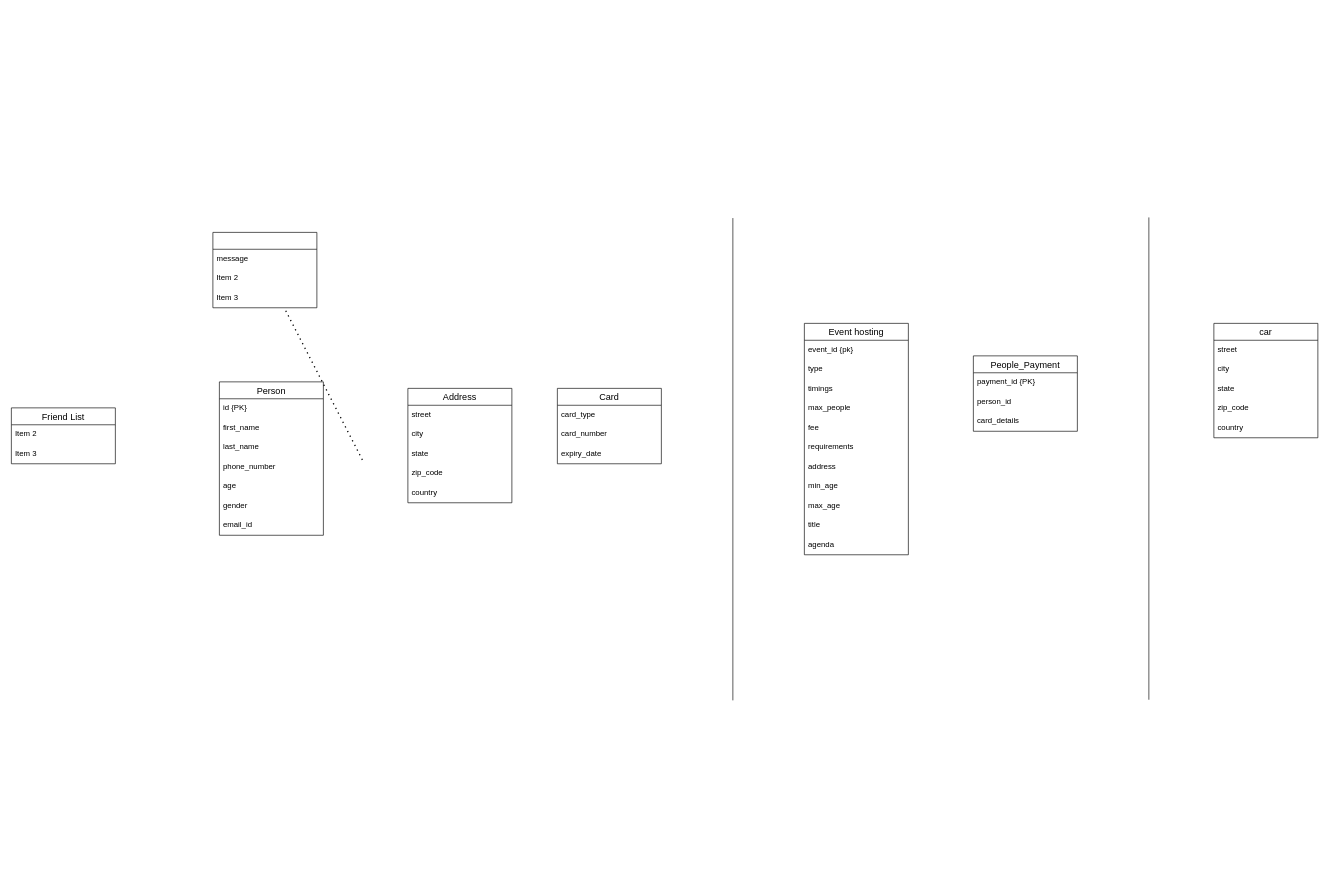
The draw.io diagram dbms_project.drawio in varunraokadaparthi/dbms_project, before the edit. Source tidied: cells renumbered, new cells numbered last; positions are measured from the earlier drawing's top-left corner, leaving out a move shared by most shapes. Both pictures are drawn from the tidied source at 65%, with x=0, y=0 at pixel (11, 217).
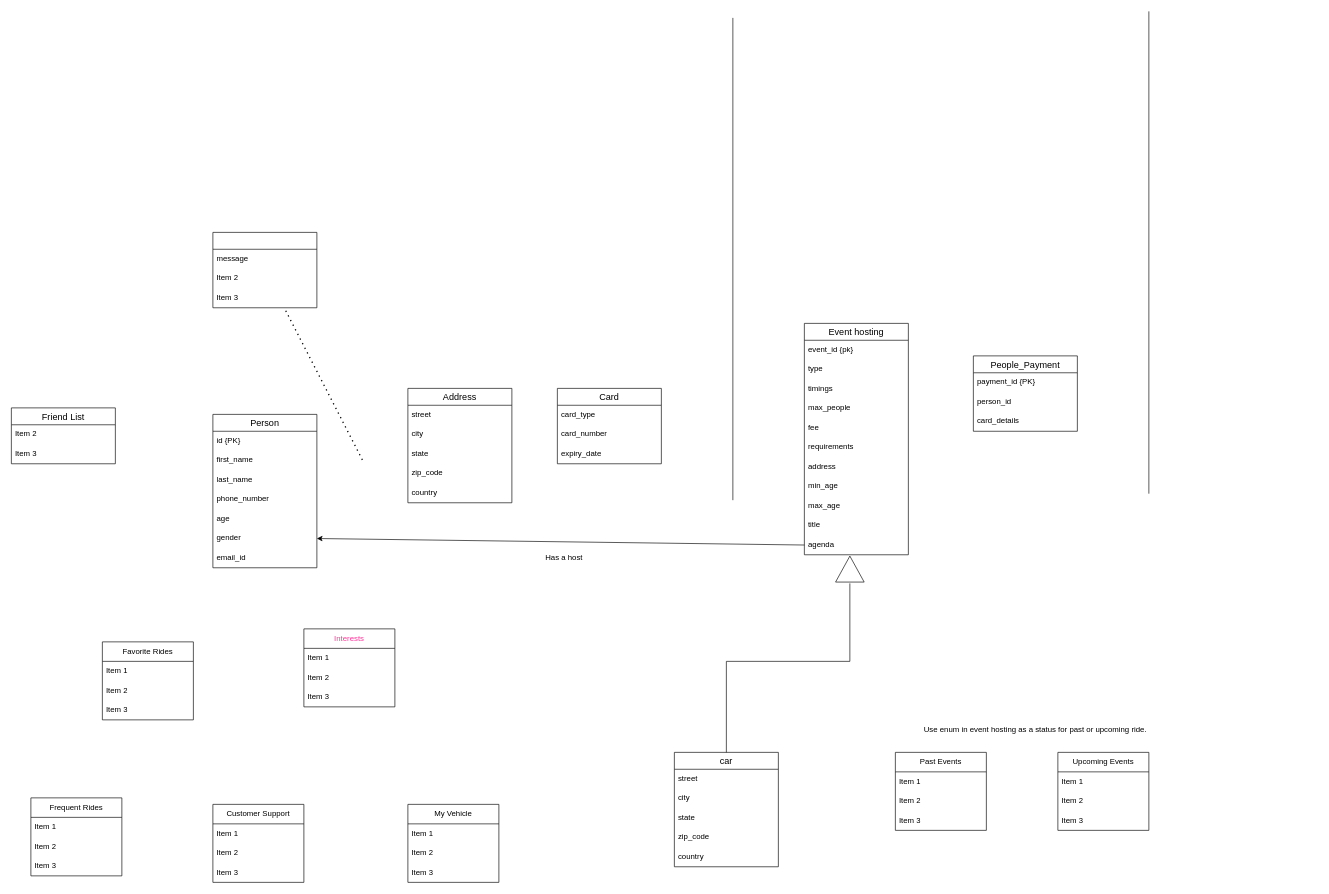
After the change.

Commit message:
Added few possible tables.

Unchanged cells that the change refers to:
```xml
<mxCell id="8" value="gender" style="text;strokeColor=none;fillColor=none;spacingLeft=4;spacingRight=4;overflow=hidden;points=[[0,0.5],[1,0.5]];portConstraint=eastwest;fontSize=12;" parent="2" vertex="1">
  <mxGeometry y="176" width="160" height="30" as="geometry" />
</mxCell>
<mxCell id="31" value="agenda" style="text;strokeColor=none;fillColor=none;spacingLeft=4;spacingRight=4;overflow=hidden;points=[[0,0.5],[1,0.5]];portConstraint=eastwest;fontSize=12;" parent="20" vertex="1">
  <mxGeometry y="326" width="160" height="30" as="geometry" />
</mxCell>
```

Diff of the diagram source:
```diff
@@
     <mxCell id="2" value="Person" style="swimlane;fontStyle=0;horizontal=1;startSize=26;align=center;fontSize=14;" parent="1" vertex="1">
-      <mxGeometry x="320" y="253" width="160" height="236" as="geometry" />
+      <mxGeometry x="310" y="303" width="160" height="236" as="geometry" />
     </mxCell>
@@
     <mxCell id="40" style="endArrow=none;html=1;rounded=0;" parent="1" edge="1">
       <mxGeometry relative="1" as="geometry">
-        <mxPoint x="1110" y="743" as="sourcePoint" />
-        <mxPoint x="1110" y="1" as="targetPoint" />
+        <mxPoint x="1110" y="435" as="sourcePoint" />
+        <mxPoint x="1110" y="-307" as="targetPoint" />
       </mxGeometry>
     </mxCell>
@@
     <mxCell id="45" style="endArrow=none;html=1;rounded=0;" parent="1" edge="1">
       <mxGeometry relative="1" as="geometry">
-        <mxPoint x="1750" y="742" as="sourcePoint" />
-        <mxPoint x="1750" as="targetPoint" />
+        <mxPoint x="1750" y="425" as="sourcePoint" />
+        <mxPoint x="1750" y="-317" as="targetPoint" />
       </mxGeometry>
     </mxCell>
     <mxCell id="46" value="car" style="swimlane;fontStyle=0;horizontal=1;startSize=26;align=center;fontSize=14;" parent="1" vertex="1">
-      <mxGeometry x="1850" y="163" width="160" height="176" as="geometry" />
+      <mxGeometry x="1020" y="823" width="160" height="176" as="geometry" />
     </mxCell>
@@
+    <mxCell id="52" style="endArrow=classic;html=1;rounded=0;exitX=0;exitY=0.5;exitDx=0;exitDy=0;entryX=1;entryY=0.5;entryDx=0;entryDy=0;" parent="1" edge="1" source="31" target="8">
+      <mxGeometry relative="1" as="geometry" />
+    </mxCell>
+    <mxCell id="53" value="Has a host" style="text;html=1;align=center;verticalAlign=middle;strokeColor=none;fillColor=none;" parent="1" vertex="1">
+      <mxGeometry x="810" y="509" width="80" height="30" as="geometry" />
+    </mxCell>
+    <mxCell id="54" style="triangle;whiteSpace=wrap;html=1;rotation=-90;" parent="1" vertex="1">
+      <mxGeometry x="1270" y="519" width="40" height="44" as="geometry" />
+    </mxCell>
+    <mxCell id="55" style="endArrow=none;html=1;rounded=0;exitX=0.5;exitY=0;exitDx=0;exitDy=0;" parent="1" edge="1" source="46">
+      <mxGeometry relative="1" as="geometry">
+        <mxPoint x="1290" y="563" as="targetPoint" />
+        <Array as="points">
+          <mxPoint x="1100" y="683" />
+          <mxPoint x="1290" y="683" />
+        </Array>
+      </mxGeometry>
+    </mxCell>
+    <mxCell id="56" value="Frequent Rides" style="swimlane;fontStyle=0;horizontal=1;startSize=30;whiteSpace=wrap;html=1;" parent="1" vertex="1">
+      <mxGeometry x="30" y="893" width="140" height="120" as="geometry" />
+    </mxCell>
+    <mxCell id="57" value="Item 1" style="text;strokeColor=none;fillColor=none;align=left;verticalAlign=middle;spacingLeft=4;spacingRight=4;overflow=hidden;whiteSpace=wrap;html=1;" parent="56" vertex="1">
+      <mxGeometry y="30" width="140" height="30" as="geometry" />
+    </mxCell>
+    <mxCell id="58" value="Item 2" style="text;strokeColor=none;fillColor=none;align=left;verticalAlign=middle;spacingLeft=4;spacingRight=4;overflow=hidden;whiteSpace=wrap;html=1;" parent="56" vertex="1">
+      <mxGeometry y="60" width="140" height="30" as="geometry" />
+    </mxCell>
+    <mxCell id="59" value="Item 3" style="text;strokeColor=none;fillColor=none;align=left;verticalAlign=middle;spacingLeft=4;spacingRight=4;overflow=hidden;whiteSpace=wrap;html=1;" parent="56" vertex="1">
+      <mxGeometry y="90" width="140" height="30" as="geometry" />
+    </mxCell>
+    <mxCell id="60" value="Customer Support" style="swimlane;fontStyle=0;horizontal=1;startSize=30;whiteSpace=wrap;html=1;" parent="1" vertex="1">
+      <mxGeometry x="310" y="903" width="140" height="120" as="geometry" />
+    </mxCell>
+    <mxCell id="61" value="Item 1" style="text;strokeColor=none;fillColor=none;align=left;verticalAlign=middle;spacingLeft=4;spacingRight=4;overflow=hidden;whiteSpace=wrap;html=1;" parent="60" vertex="1">
+      <mxGeometry y="30" width="140" height="30" as="geometry" />
+    </mxCell>
+    <mxCell id="62" value="Item 2" style="text;strokeColor=none;fillColor=none;align=left;verticalAlign=middle;spacingLeft=4;spacingRight=4;overflow=hidden;whiteSpace=wrap;html=1;" parent="60" vertex="1">
+      <mxGeometry y="60" width="140" height="30" as="geometry" />
+    </mxCell>
+    <mxCell id="63" value="Item 3" style="text;strokeColor=none;fillColor=none;align=left;verticalAlign=middle;spacingLeft=4;spacingRight=4;overflow=hidden;whiteSpace=wrap;html=1;" parent="60" vertex="1">
+      <mxGeometry y="90" width="140" height="30" as="geometry" />
+    </mxCell>
+    <mxCell id="64" value="Past Events" style="swimlane;fontStyle=0;horizontal=1;startSize=30;whiteSpace=wrap;html=1;" parent="1" vertex="1">
+      <mxGeometry x="1360" y="823" width="140" height="120" as="geometry" />
+    </mxCell>
+    <mxCell id="65" value="Item 1" style="text;strokeColor=none;fillColor=none;align=left;verticalAlign=middle;spacingLeft=4;spacingRight=4;overflow=hidden;whiteSpace=wrap;html=1;" parent="64" vertex="1">
+      <mxGeometry y="30" width="140" height="30" as="geometry" />
+    </mxCell>
+    <mxCell id="66" value="Item 2" style="text;strokeColor=none;fillColor=none;align=left;verticalAlign=middle;spacingLeft=4;spacingRight=4;overflow=hidden;whiteSpace=wrap;html=1;" parent="64" vertex="1">
+      <mxGeometry y="60" width="140" height="30" as="geometry" />
+    </mxCell>
+    <mxCell id="67" value="Item 3" style="text;strokeColor=none;fillColor=none;align=left;verticalAlign=middle;spacingLeft=4;spacingRight=4;overflow=hidden;whiteSpace=wrap;html=1;" parent="64" vertex="1">
+      <mxGeometry y="90" width="140" height="30" as="geometry" />
+    </mxCell>
+    <mxCell id="68" value="Upcoming Events" style="swimlane;fontStyle=0;horizontal=1;startSize=30;whiteSpace=wrap;html=1;" parent="1" vertex="1">
+      <mxGeometry x="1610" y="823" width="140" height="120" as="geometry" />
+    </mxCell>
+    <mxCell id="69" value="Item 1" style="text;strokeColor=none;fillColor=none;align=left;verticalAlign=middle;spacingLeft=4;spacingRight=4;overflow=hidden;whiteSpace=wrap;html=1;" parent="68" vertex="1">
+      <mxGeometry y="30" width="140" height="30" as="geometry" />
+    </mxCell>
+    <mxCell id="70" value="Item 2" style="text;strokeColor=none;fillColor=none;align=left;verticalAlign=middle;spacingLeft=4;spacingRight=4;overflow=hidden;whiteSpace=wrap;html=1;" parent="68" vertex="1">
+      <mxGeometry y="60" width="140" height="30" as="geometry" />
+    </mxCell>
+    <mxCell id="71" value="Item 3" style="text;strokeColor=none;fillColor=none;align=left;verticalAlign=middle;spacingLeft=4;spacingRight=4;overflow=hidden;whiteSpace=wrap;html=1;" parent="68" vertex="1">
+      <mxGeometry y="90" width="140" height="30" as="geometry" />
+    </mxCell>
+    <mxCell id="72" value="Use enum in event hosting as a status for past or upcoming ride." style="text;html=1;align=center;verticalAlign=middle;strokeColor=none;fillColor=none;" parent="1" vertex="1">
+      <mxGeometry x="1390" y="773" width="370" height="30" as="geometry" />
+    </mxCell>
+    <mxCell id="73" value="My Vehicle" style="swimlane;fontStyle=0;horizontal=1;startSize=30;whiteSpace=wrap;html=1;" parent="1" vertex="1">
+      <mxGeometry x="610" y="903" width="140" height="120" as="geometry" />
+    </mxCell>
+    <mxCell id="74" value="Item 1" style="text;strokeColor=none;fillColor=none;align=left;verticalAlign=middle;spacingLeft=4;spacingRight=4;overflow=hidden;whiteSpace=wrap;html=1;" parent="73" vertex="1">
+      <mxGeometry y="30" width="140" height="30" as="geometry" />
+    </mxCell>
+    <mxCell id="75" value="Item 2" style="text;strokeColor=none;fillColor=none;align=left;verticalAlign=middle;spacingLeft=4;spacingRight=4;overflow=hidden;whiteSpace=wrap;html=1;" parent="73" vertex="1">
+      <mxGeometry y="60" width="140" height="30" as="geometry" />
+    </mxCell>
+    <mxCell id="76" value="Item 3" style="text;strokeColor=none;fillColor=none;align=left;verticalAlign=middle;spacingLeft=4;spacingRight=4;overflow=hidden;whiteSpace=wrap;html=1;" parent="73" vertex="1">
+      <mxGeometry y="90" width="140" height="30" as="geometry" />
+    </mxCell>
+    <mxCell id="77" value="Favorite Rides" style="swimlane;fontStyle=0;horizontal=1;startSize=30;whiteSpace=wrap;html=1;" parent="1" vertex="1">
+      <mxGeometry x="140" y="653" width="140" height="120" as="geometry" />
+    </mxCell>
+    <mxCell id="78" value="Item 1" style="text;strokeColor=none;fillColor=none;align=left;verticalAlign=middle;spacingLeft=4;spacingRight=4;overflow=hidden;whiteSpace=wrap;html=1;" parent="77" vertex="1">
+      <mxGeometry y="30" width="140" height="30" as="geometry" />
+    </mxCell>
+    <mxCell id="79" value="Item 2" style="text;strokeColor=none;fillColor=none;align=left;verticalAlign=middle;spacingLeft=4;spacingRight=4;overflow=hidden;whiteSpace=wrap;html=1;" parent="77" vertex="1">
+      <mxGeometry y="60" width="140" height="30" as="geometry" />
+    </mxCell>
+    <mxCell id="80" value="Item 3" style="text;strokeColor=none;fillColor=none;align=left;verticalAlign=middle;spacingLeft=4;spacingRight=4;overflow=hidden;whiteSpace=wrap;html=1;" parent="77" vertex="1">
+      <mxGeometry y="90" width="140" height="30" as="geometry" />
+    </mxCell>
+    <mxCell id="81" value="&lt;font color=&quot;#ff3399&quot;&gt;Interests&lt;/font&gt;" style="swimlane;fontStyle=0;horizontal=1;startSize=30;whiteSpace=wrap;html=1;" parent="1" vertex="1">
+      <mxGeometry x="450" y="633" width="140" height="120" as="geometry" />
+    </mxCell>
+    <mxCell id="82" value="Item 1" style="text;strokeColor=none;fillColor=none;align=left;verticalAlign=middle;spacingLeft=4;spacingRight=4;overflow=hidden;whiteSpace=wrap;html=1;" parent="81" vertex="1">
+      <mxGeometry y="30" width="140" height="30" as="geometry" />
+    </mxCell>
+    <mxCell id="83" value="Item 2" style="text;strokeColor=none;fillColor=none;align=left;verticalAlign=middle;spacingLeft=4;spacingRight=4;overflow=hidden;whiteSpace=wrap;html=1;" parent="81" vertex="1">
+      <mxGeometry y="60" width="140" height="30" as="geometry" />
+    </mxCell>
+    <mxCell id="84" value="Item 3" style="text;strokeColor=none;fillColor=none;align=left;verticalAlign=middle;spacingLeft=4;spacingRight=4;overflow=hidden;whiteSpace=wrap;html=1;" parent="81" vertex="1">
+      <mxGeometry y="90" width="140" height="30" as="geometry" />
+    </mxCell>
```
